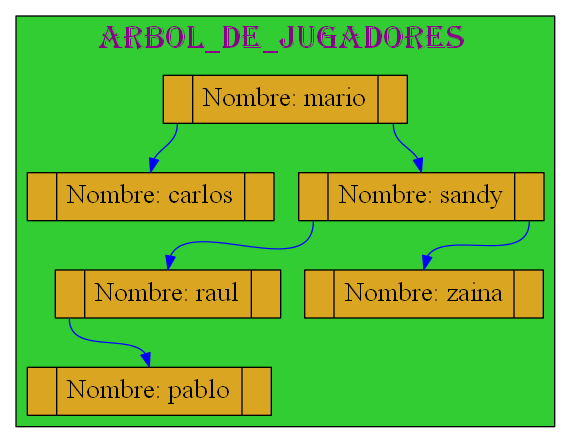
The Graphviz diagram Graficas/Arbol_Jugadores.dot.png in mariotun/EDD_1S2020_PY1_201602942, before a commit. Its source is kept beside it as Graficas/Arbol_Jugadores.dot.
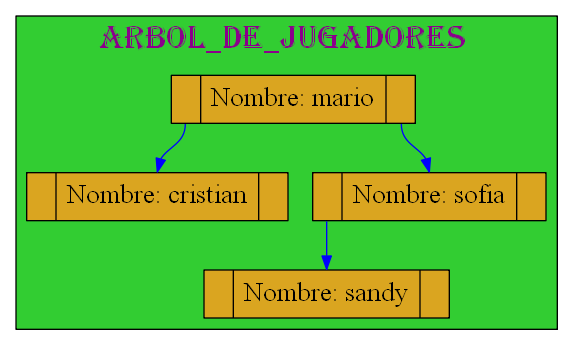
Above is the later version.

What changed in the source:
```diff
@@ -12,21 +12,14 @@
 
 
 25770475776[label="<f0> |<f1>Nombre: mario |<f2> " ];
-25770475984[label="<f0> |<f1>Nombre: sandy |<f2>" ]
-25770476512[label="<f0> |<f1>Nombre: carlos |<f2>" ]
-25770476992[label="<f0> |<f1>Nombre: raul |<f2>" ]
-25770476992[label="<f0> |<f1>Nombre: raul |<f2>" ]
-25770477200[label="<f0> |<f1>Nombre: zaina |<f2>" ]
-25770477200[label="<f0> |<f1>Nombre: zaina |<f2>" ]
-25770476288[label="<f0> |<f1>Nombre: pablo |<f2>" ]
-25770476288[label="<f0> |<f1>Nombre: pablo |<f2>" ]
-25770476288[label="<f0> |<f1>Nombre: pablo |<f2>" ]
+25770475984[label="<f0> |<f1>Nombre: cristian |<f2>" ]
+25770476384[label="<f0> |<f1>Nombre: sofia |<f2>" ]
+25770476192[label="<f0> |<f1>Nombre: sandy |<f2>" ]
+25770476192[label="<f0> |<f1>Nombre: sandy |<f2>" ]
 
-25770475776:f2->25770475984:f1 [color=blue ]
-25770475776:f0->25770476512:f1 [color=blue]
-25770475984:f0->25770476992:f1 [color=blue]
-25770475984:f2->25770477200:f1 [color=blue ]
-25770476992:f0->25770476288:f1 [color=blue]
+25770475776:f0->25770475984:f1 [color=blue]
+25770475776:f2->25770476384:f1 [color=blue ]
+25770476384:f0->25770476192:f1 [color=blue]
 
  }
 
```
